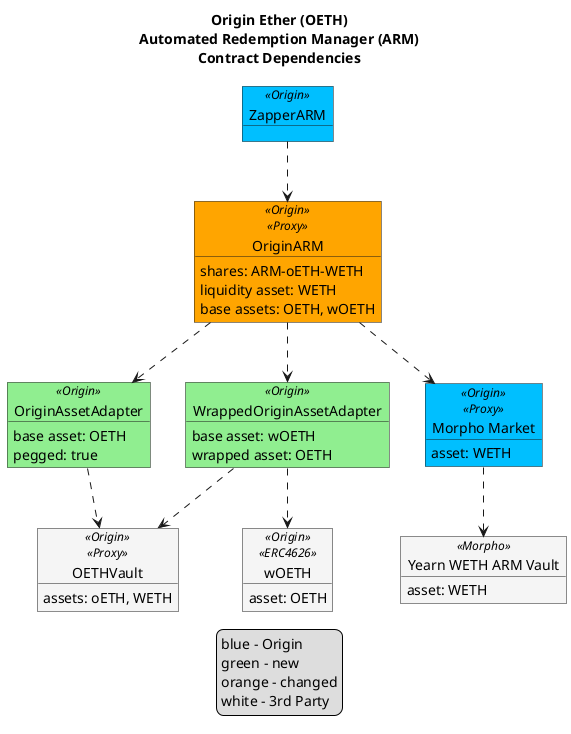
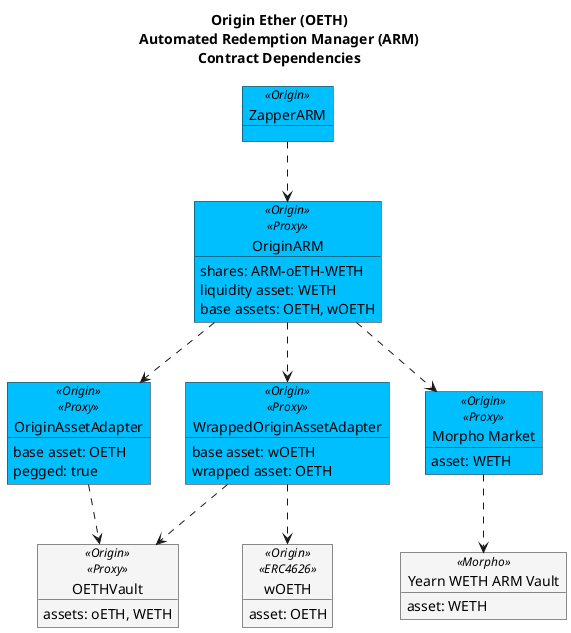
@startuml

!$originColor = DeepSkyBlue
' !$originColor = WhiteSmoke
!$newColor = LightGreen
!$changedColor = Orange
!$thirdPartyColor = WhiteSmoke

- legend
- blue - Origin
- green - new
- orange - changed
- white - 3rd Party
- end legend
+ ' legend
+ ' blue - Origin
+ ' green - new
+ ' orange - changed
+ ' white - 3rd Party
+ ' end legend

title "Origin Ether (OETH)\nAutomated Redemption Manager (ARM)\nContract Dependencies"


object "ZapperARM" as zap <<Origin>> #$originColor {
}

- object "OriginARM" as arm <<Origin>><<Proxy>> #$changedColor {
+ object "OriginARM" as arm <<Origin>><<Proxy>> #$originColor {
    shares: ARM-oETH-WETH
    liquidity asset: WETH
    base assets: OETH, wOETH
}

- object "OriginAssetAdapter" as oethAdapter <<Origin>> #$newColor {
+ object "OriginAssetAdapter" as oethAdapter <<Origin>><<Proxy>> #$originColor {
    base asset: OETH
    pegged: true
}

- object "WrappedOriginAssetAdapter" as woethAdapter <<Origin>> #$newColor {
+ object "WrappedOriginAssetAdapter" as woethAdapter <<Origin>><<Proxy>> #$originColor {
    base asset: wOETH
    wrapped asset: OETH
}

object "wOETH" as woeth <<Origin>><<ERC4626>> #$thirdPartyColor {
    asset: OETH
}

object "OETHVault" as oethVault <<Origin>><<Proxy>> #$thirdPartyColor {
    assets: oETH, WETH
}

object "Morpho Market" as morphoMarket <<Origin>><<Proxy>> #$originColor {
    asset: WETH
}

object "Yearn WETH ARM Vault" as morpho <<Morpho>> #$thirdPartyColor {
    asset: WETH
}

zap ..> arm
arm ..> oethAdapter
arm ..> woethAdapter
oethAdapter ..> oethVault
woethAdapter ..> woeth
woethAdapter ..> oethVault
arm ..> morphoMarket
morphoMarket ..> morpho

@enduml
